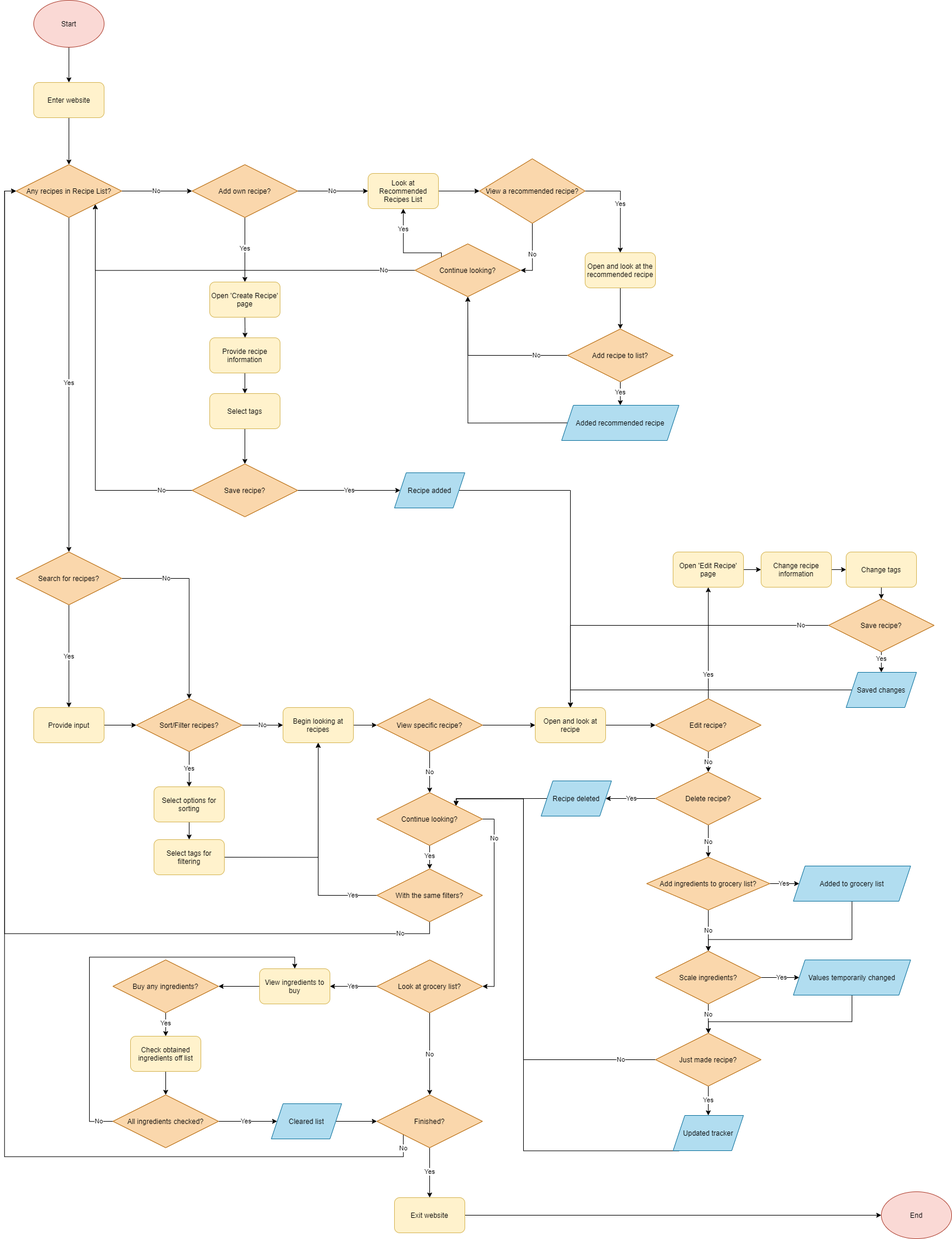
Earlier version of the draw.io export admin/meetings/images/implementationMap.drawio.png (cse110-fa21-group14/cse110-fa21-group14). Source tidied: cells renumbered, new cells last; positions are measured from the earlier drawing's top-left corner, leaving out a move shared by most shapes.
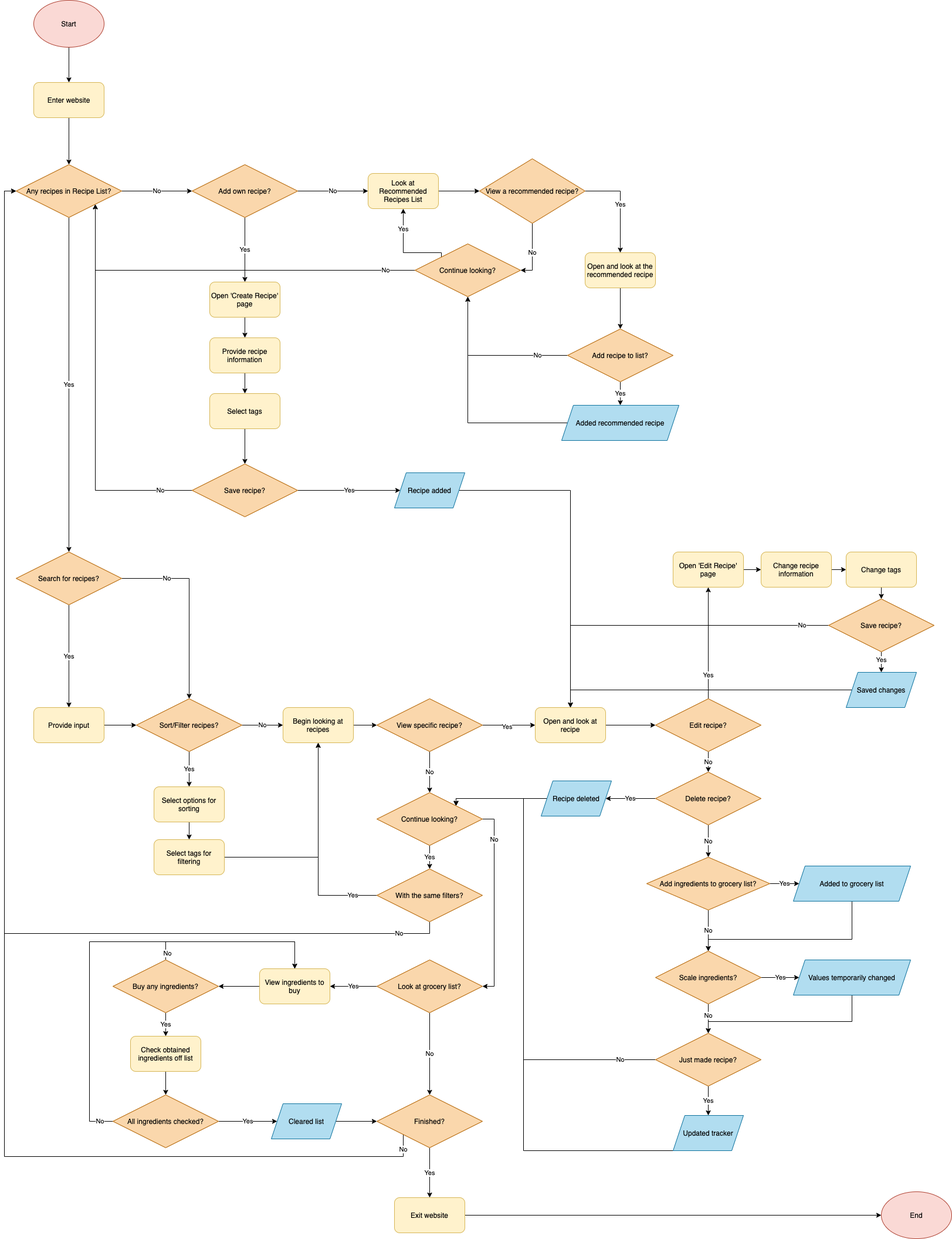
After the commit.

Commit message:
Update implementation map

Change to the diagram source:
```diff
@@ -161,6 +161,9 @@
     <mxCell id="49" style="edgeStyle=orthogonalEdgeStyle;rounded=0;jettySize=auto;html=1;exitX=1;exitY=0.5;exitDx=0;exitDy=0;entryX=0;entryY=0.5;entryDx=0;entryDy=0;fontColor=#000000;strokeColor=#000000;" parent="1" edge="1" source="50" target="63">
       <mxGeometry relative="1" as="geometry" />
     </mxCell>
+    <mxCell id="117" value="Yes" style="edgeLabel;html=1;align=center;verticalAlign=middle;" parent="49" vertex="1">
+      <mxGeometry x="-0.09" y="-2" relative="1" as="geometry" />
+    </mxCell>
     <mxCell id="50" value="View specific recipe?" style="rhombus;whiteSpace=wrap;html=1;fillColor=#fad7ac;strokeColor=#b46504;fontColor=#000000;" parent="1" vertex="1">
       <mxGeometry x="635" y="1190" width="180" height="90" as="geometry" />
     </mxCell>
@@ -370,6 +373,19 @@
     <mxCell id="108" value="Yes" style="edgeStyle=orthogonalEdgeStyle;rounded=0;jettySize=auto;html=1;exitX=0.5;exitY=1;exitDx=0;exitDy=0;entryX=0.5;entryY=0;entryDx=0;entryDy=0;fontColor=#000000;strokeColor=#000000;labelBackgroundColor=#ffffff;" parent="1" edge="1" source="109" target="111">
       <mxGeometry relative="1" as="geometry" />
     </mxCell>
+    <mxCell id="118" style="edgeStyle=orthogonalEdgeStyle;rounded=0;jettySize=auto;html=1;exitX=0.5;exitY=0;exitDx=0;exitDy=0;entryX=0.5;entryY=0;entryDx=0;entryDy=0;" parent="1" edge="1" source="109" target="107">
+      <mxGeometry relative="1" as="geometry">
+        <Array as="points">
+          <mxPoint x="275" y="1604" />
+          <mxPoint x="495" y="1604" />
+        </Array>
+      </mxGeometry>
+    </mxCell>
+    <mxCell id="119" value="No" style="edgeLabel;html=1;align=center;verticalAlign=middle;" parent="118" vertex="1">
+      <mxGeometry x="-0.92" y="-1" relative="1" as="geometry">
+        <mxPoint x="1" as="offset" />
+      </mxGeometry>
+    </mxCell>
     <mxCell id="109" value="Buy any ingredients?" style="rhombus;whiteSpace=wrap;html=1;fillColor=#fad7ac;strokeColor=#b46504;fontColor=#000000;" parent="1" vertex="1">
       <mxGeometry x="185" y="1635" width="180" height="90" as="geometry" />
     </mxCell>
@@ -383,8 +399,8 @@
       <mxGeometry x="-0.94" relative="1" as="geometry">
         <Array as="points">
           <mxPoint x="145" y="1910" />
-          <mxPoint x="145" y="1630" />
-          <mxPoint x="495" y="1630" />
+          <mxPoint x="145" y="1604" />
+          <mxPoint x="495" y="1604" />
         </Array>
       </mxGeometry>
     </mxCell>
```
